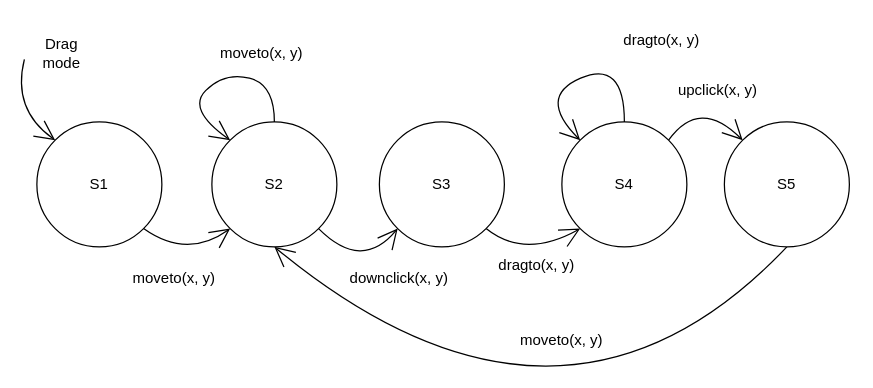
Above: StateDiagram_DragMode.drawio in cchandel-dev/SketchPad (draw.io), before the change. Source tidied: cells renumbered, new cells numbered last; positions are measured from the earlier drawing's top-left corner, leaving out a move shared by most shapes. Both pictures are drawn from the tidied source at 125%, with x=0, y=0 at pixel (11, 21).
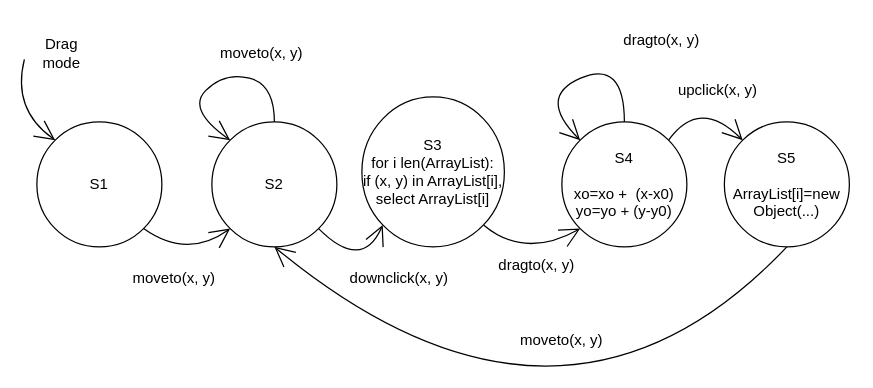
The same diagram, later.

The edit, as a diff of the source:
```diff
@@
-    <mxCell id="7" value="S5" style="ellipse;whiteSpace=wrap;html=1;hachureGap=4;" parent="1" vertex="1">
+    <mxCell id="7" value="S5&lt;br&gt;&lt;br&gt;ArrayList[i]=new Object(...)" style="ellipse;whiteSpace=wrap;html=1;hachureGap=4;" parent="1" vertex="1">
       <mxGeometry x="570" y="80" width="100" height="100" as="geometry" />
     </mxCell>
@@
-    <mxCell id="9" value="S3" style="ellipse;whiteSpace=wrap;html=1;hachureGap=4;" parent="1" vertex="1">
-      <mxGeometry x="294" y="80" width="100" height="100" as="geometry" />
+    <mxCell id="9" value="S3&lt;br&gt;for i len(ArrayList):&lt;br&gt;if (x, y) in ArrayList[i], select ArrayList[i]" style="ellipse;whiteSpace=wrap;html=1;hachureGap=4;" parent="1" vertex="1">
+      <mxGeometry x="280" y="60" width="114" height="120" as="geometry" />
     </mxCell>
@@
-    <mxCell id="11" value="S4" style="ellipse;whiteSpace=wrap;html=1;hachureGap=4;" parent="1" vertex="1">
+    <mxCell id="11" value="S4&lt;br&gt;&lt;br&gt;xo=xo +&amp;nbsp; (x-x0)&lt;br&gt;yo=yo + (y-y0)" style="ellipse;whiteSpace=wrap;html=1;hachureGap=4;" parent="1" vertex="1">
       <mxGeometry x="440" y="80" width="100" height="100" as="geometry" />
     </mxCell>
```
